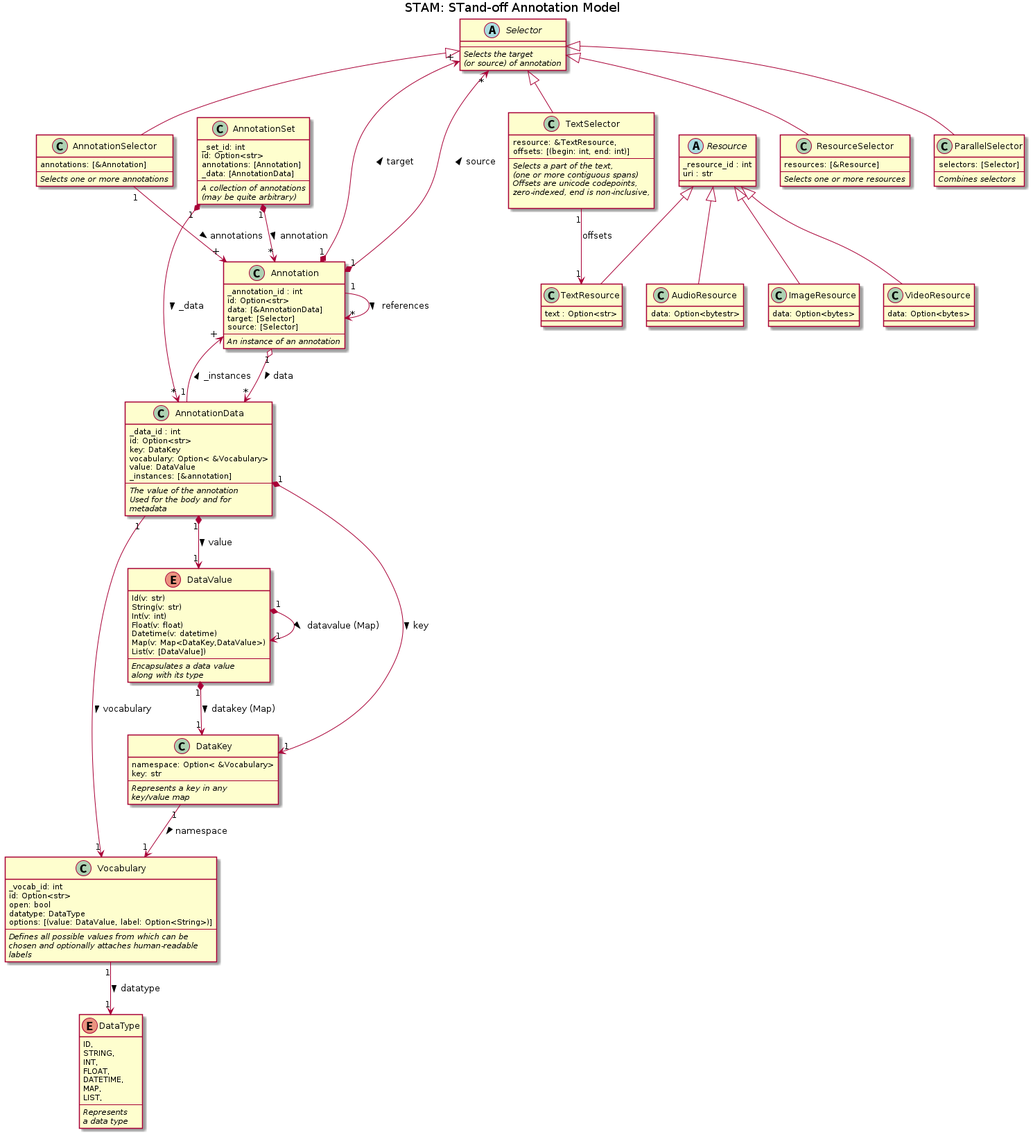
Above: model.png in annotation/stam (PlantUML), before the change. The source it was exported from:
```plantuml
@startuml

title "STAM: STand-off Annotation Model"

abstract class Resource {
    _resource_id : int
     uri : str
}

class TextResource {
    text : Option<str>
}

class AudioResource {
    data: Option<bytestr>
}

class ImageResource {
    data: Option<bytes>
}

class VideoResource {
    data: Option<bytes>
}

Resource <|-- TextResource
Resource <|-- AudioResource
Resource <|-- ImageResource
Resource <|-- VideoResource

class AnnotationSet {
    _set_id: int
    id: Option<str>
    annotations: [Annotation]
    _data: [AnnotationData]
    --
    <i>A collection of annotations</i>
    <i>(may be quite arbitrary)</i>
}

class Annotation {
    _annotation_id : int
    id: Option<str>
    data: [&AnnotationData]
    target: [Selector]
    source: [Selector]
    --
    <i>An instance of an annotation</i>
}

abstract class Selector {
    --
    <i>Selects the target</i>
    <i>(or source) of annotation</i>
}

class TextSelector {
    resource: &TextResource,
    offsets: [(begin: int, end: int)]
    ---
    <i>Selects a part of the text,</i>
    <i>(one or more contiguous spans)</i>
    <i>Offsets are unicode codepoints,</i>
    <i>zero-indexed, end is non-inclusive,</i>

}

class ResourceSelector {
    resources: [&Resource]
    ---
    <i>Selects one or more resources</i>
}

class AnnotationSelector {
    annotations: [&Annotation]
    --
    <i>Selects one or more annotations</i>
}

class ParallelSelector {
    selectors: [Selector]
    --
    <i>Combines selectors</i>
}

Selector <|-- TextSelector
Selector <|-- ResourceSelector
Selector <|-- AnnotationSelector
Selector <|-- ParallelSelector





class AnnotationData {
    _data_id : int
    id: Option<str>
    key: DataKey
    vocabulary: Option< &Vocabulary>
    value: DataValue
    _instances: [&annotation]
    --
    <i>The value of the annotation</i>
    <i>Used for the body and for</i>
    <i>metadata</i>
}


class DataKey {
    namespace: Option< &Vocabulary>
    key: str
    --
    <i>Represents a key in any</i>
    <i>key/value map</i>
}


enum DataValue {
    Id(v: str)
    String(v: str)
    Int(v: int)
    Float(v: float)
    Datetime(v: datetime)
    Map(v: Map<DataKey,DataValue>)
    List(v: [DataValue])
    --
    <i>Encapsulates a data value</i>
    <i>along with its type</i>
}

enum DataType {
    ID,
    STRING,
    INT,
    FLOAT,
    DATETIME,
    MAP,
    LIST,
    --
    <i>Represents</i>
    <i>a data type</i>
}

class Vocabulary {
    _vocab_id: int
    id: Option<str>
    open: bool
    datatype: DataType
    options: [(value: DataValue, label: Option<String>)]
    --
    <i>Defines all possible values from which can be</i>
    <i>chosen and optionally attaches human-readable</i>
    <i>labels</i>
}

AnnotationSet "1" *--> "*" Annotation : > annotation
AnnotationSet "1" *--> "*" AnnotationData : > _data

Annotation "1" *--> "+" Selector : > target
Annotation "1" *--> "*" Selector : > source
Annotation "1" o--> "*" AnnotationData : > data
Annotation "1" --> "*" Annotation : > references

AnnotationData "1" --> "+" Annotation : > _instances
AnnotationData "1" *--> "1" DataValue : > value
AnnotationData "1" *--> "1" DataKey : > key
AnnotationData "1" --> "1" Vocabulary : > vocabulary

TextSelector "1" --> "1" TextResource : offsets
AnnotationSelector "1" --> "+" Annotation : > annotations

DataValue "1" *--> "1" DataValue : > datavalue (Map)
DataValue "1" *--> "1" DataKey : > datakey (Map)

DataKey "1" --> "1" Vocabulary : > namespace

Vocabulary "1" --> "1" DataType : > datatype
@enduml
```
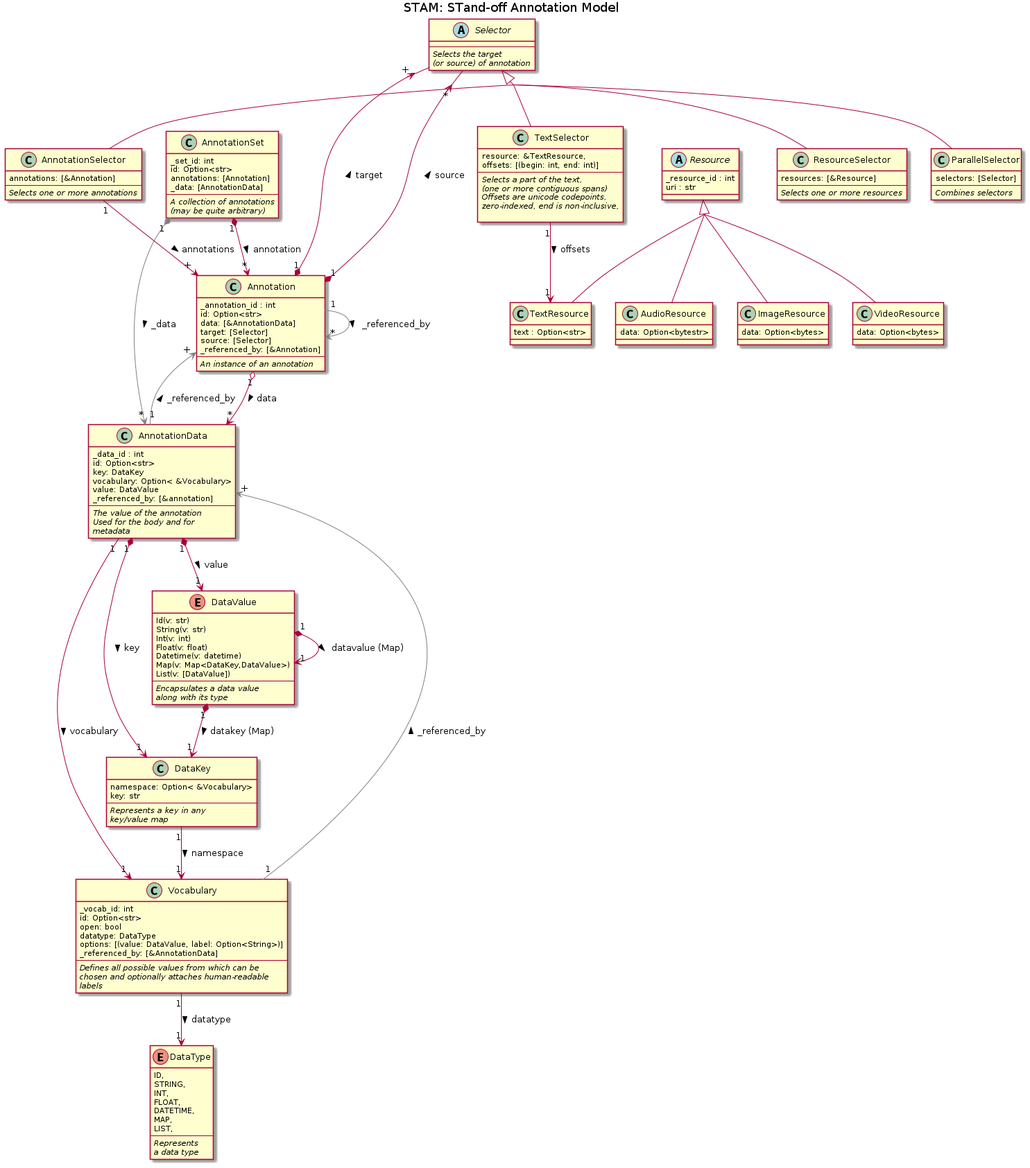
After the change.

Diff of the diagram source:
```diff
@@ -1,4 +1,6 @@
 @startuml
+
+skinparam groupInheritance 2
 
 title "STAM: STand-off Annotation Model"
 
@@ -44,6 +46,7 @@
     data: [&AnnotationData]
     target: [Selector]
     source: [Selector]
+    _referenced_by: [&Annotation]
     --
     <i>An instance of an annotation</i>
 }
@@ -98,7 +101,7 @@
     key: DataKey
     vocabulary: Option< &Vocabulary>
     value: DataValue
-    _instances: [&annotation]
+    _referenced_by: [&annotation]
     --
     <i>The value of the annotation</i>
     <i>Used for the body and for</i>
@@ -147,6 +150,7 @@
     open: bool
     datatype: DataType
     options: [(value: DataValue, label: Option<String>)]
+    _referenced_by: [&AnnotationData]
     --
     <i>Defines all possible values from which can be</i>
     <i>chosen and optionally attaches human-readable</i>
@@ -154,19 +158,19 @@
 }
 
 AnnotationSet "1" *--> "*" Annotation : > annotation
-AnnotationSet "1" *--> "*" AnnotationData : > _data
+AnnotationSet "1" *-[#gray]-> "*" AnnotationData : > _data
 
 Annotation "1" *--> "+" Selector : > target
 Annotation "1" *--> "*" Selector : > source
 Annotation "1" o--> "*" AnnotationData : > data
-Annotation "1" --> "*" Annotation : > references
+Annotation "1" -[#gray]-> "*" Annotation : > _referenced_by
 
-AnnotationData "1" --> "+" Annotation : > _instances
+AnnotationData "1" -[#gray]-> "+" Annotation : > _referenced_by
 AnnotationData "1" *--> "1" DataValue : > value
 AnnotationData "1" *--> "1" DataKey : > key
 AnnotationData "1" --> "1" Vocabulary : > vocabulary
 
-TextSelector "1" --> "1" TextResource : offsets
+TextSelector "1" --> "1" TextResource : > offsets
 AnnotationSelector "1" --> "+" Annotation : > annotations
 
 DataValue "1" *--> "1" DataValue : > datavalue (Map)
@@ -175,4 +179,5 @@
 DataKey "1" --> "1" Vocabulary : > namespace
 
 Vocabulary "1" --> "1" DataType : > datatype
+Vocabulary "1" -[#gray]-> "+" AnnotationData : > _referenced_by
 @enduml
```
